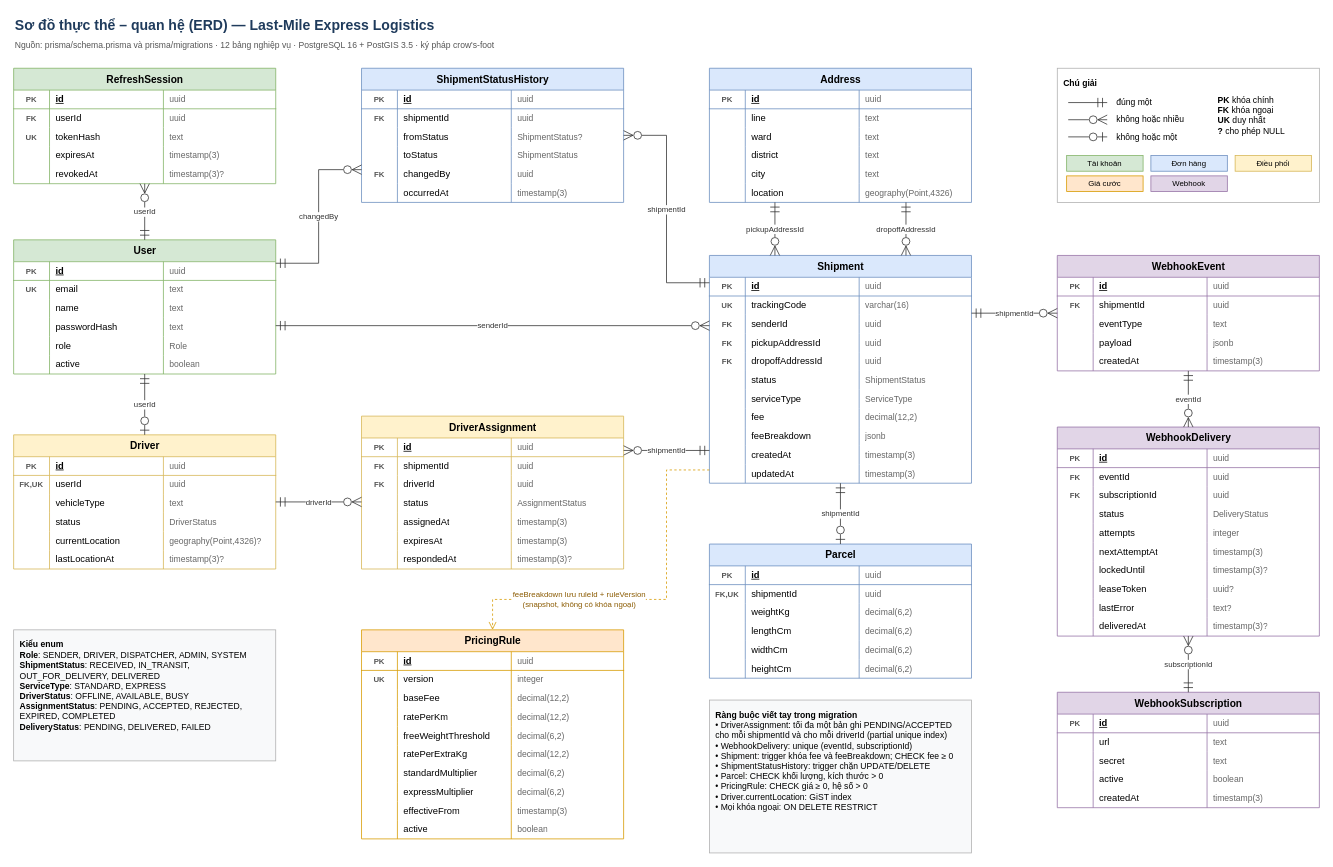
This is docs/architecture/diagrams/erd.drawio from HarryNgoFire/CNPM_Topic4, a draw.io file, before an edit. Source tidied: cells renumbered, new cells numbered last; positions are measured from the earlier drawing's top-left corner, leaving out a move shared by most shapes. Both pictures are drawn from the tidied source at 78%, with x=0, y=0 at pixel (13, 13).
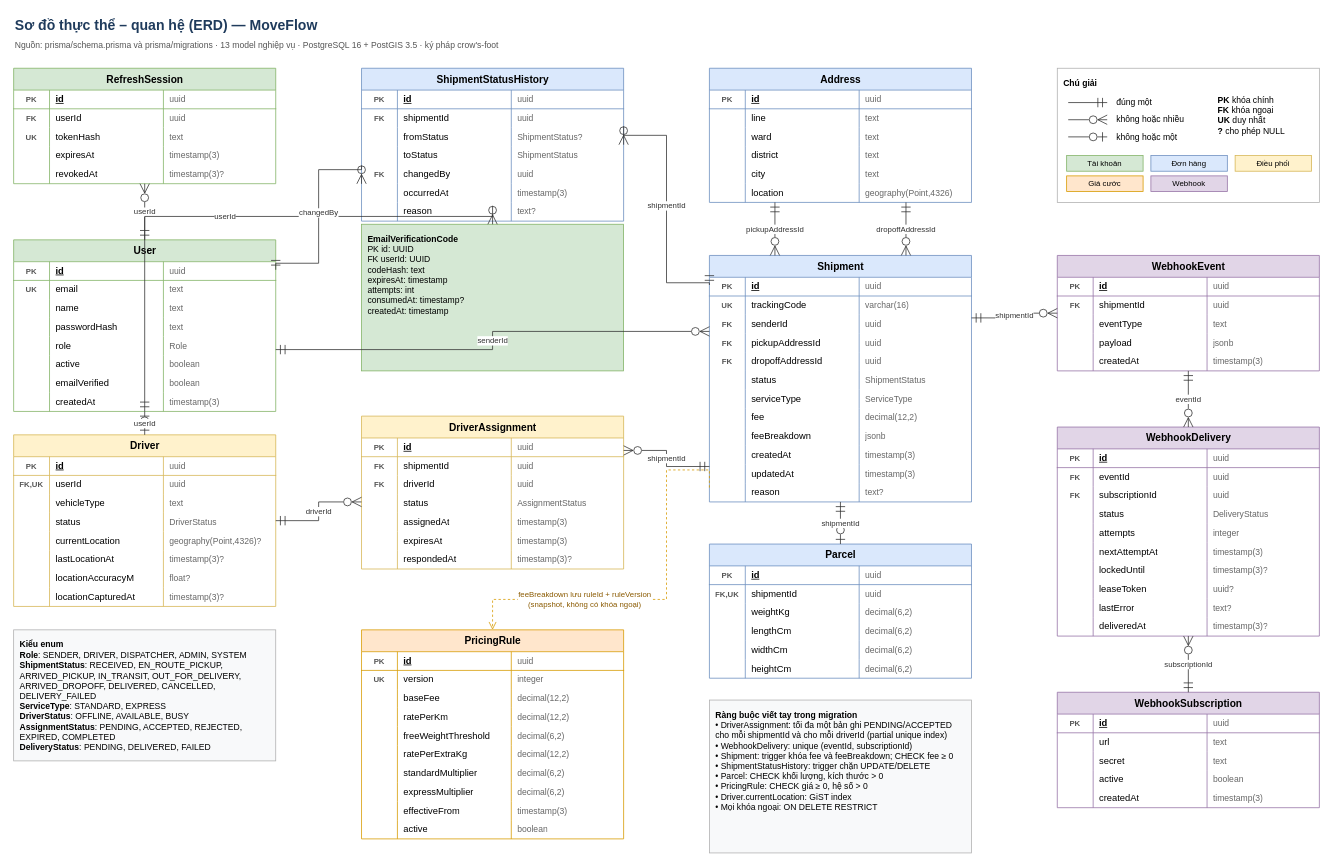
The same diagram, later.

Diff of the diagram source:
```diff
@@
-    <mxCell id="2" value="&lt;b&gt;Sơ đồ thực thể – quan hệ (ERD) — Last-Mile Express Logistics&lt;/b&gt;" style="text;html=1;align=left;verticalAlign=middle;fontSize=18;fontColor=#1f3b5c;" parent="1" vertex="1">
+    <mxCell id="2" value="&lt;b&gt;Sơ đồ thực thể – quan hệ (ERD) — MoveFlow&lt;/b&gt;" style="text;html=1;align=left;verticalAlign=middle;fontSize=18;fontColor=#1f3b5c;" parent="1" vertex="1">
       <mxGeometry width="900" height="30" as="geometry" />
     </mxCell>
-    <mxCell id="3" value="Nguồn: prisma/schema.prisma và prisma/migrations · 12 bảng nghiệp vụ · PostgreSQL 16 + PostGIS 3.5 · ký pháp crow's-foot" style="text;html=1;align=left;verticalAlign=middle;fontSize=11;fontColor=#555555;" parent="1" vertex="1">
+    <mxCell id="3" value="Nguồn: prisma/schema.prisma và prisma/migrations · 13 model nghiệp vụ · PostgreSQL 16 + PostGIS 3.5 · ký pháp crow's-foot" style="text;html=1;align=left;verticalAlign=middle;fontSize=11;fontColor=#555555;" parent="1" vertex="1">
       <mxGeometry y="30" width="1100" height="22" as="geometry" />
     </mxCell>
@@
     <mxCell id="25" value="User" style="shape=table;startSize=28;childLayout=tableLayout;rowLines=0;fontStyle=1;align=center;html=1;fontSize=13;fillColor=#d5e8d4;strokeColor=#82b366;swimlaneFillColor=#ffffff;" parent="1" vertex="1">
-      <mxGeometry y="290" width="336" height="172" as="geometry" />
+      <mxGeometry y="290" width="336" height="220" as="geometry" />
     </mxCell>
@@
+    <mxCell id="377" style="shape=tableRow;horizontal=0;startSize=0;swimlaneHead=0;swimlaneBody=0;fillColor=none;top=0;left=0;right=0;bottom=0;strokeColor=#82b366;" parent="25" vertex="1">
+      <mxGeometry y="172" width="336" height="24" as="geometry" />
+    </mxCell>
+    <mxCell id="378" style="shape=partialRectangle;fillColor=none;top=0;left=0;bottom=0;right=0;overflow=hidden;html=1;fontStyle=1;fontSize=10;fontColor=#555555;" parent="377" vertex="1">
+      <mxGeometry width="46" height="24" as="geometry" />
+    </mxCell>
+    <mxCell id="379" value="emailVerified" style="shape=partialRectangle;fillColor=none;top=0;left=0;bottom=0;right=0;overflow=hidden;html=1;align=left;spacingLeft=6;fontSize=12;fontStyle=0;" parent="377" vertex="1">
+      <mxGeometry x="46" width="146" height="24" as="geometry" />
+    </mxCell>
+    <mxCell id="380" value="boolean" style="shape=partialRectangle;fillColor=none;top=0;left=0;bottom=0;right=0;overflow=hidden;html=1;align=left;spacingLeft=6;fontSize=11;fontColor=#666666;" parent="377" vertex="1">
+      <mxGeometry x="192" width="144" height="24" as="geometry" />
+    </mxCell>
+    <mxCell id="381" style="shape=tableRow;horizontal=0;startSize=0;swimlaneHead=0;swimlaneBody=0;fillColor=none;top=0;left=0;right=0;bottom=0;strokeColor=#82b366;" parent="25" vertex="1">
+      <mxGeometry y="196" width="336" height="24" as="geometry" />
+    </mxCell>
+    <mxCell id="382" style="shape=partialRectangle;fillColor=none;top=0;left=0;bottom=0;right=0;overflow=hidden;html=1;fontStyle=1;fontSize=10;fontColor=#555555;" parent="381" vertex="1">
+      <mxGeometry width="46" height="24" as="geometry" />
+    </mxCell>
+    <mxCell id="383" value="createdAt" style="shape=partialRectangle;fillColor=none;top=0;left=0;right=0;bottom=0;overflow=hidden;html=1;align=left;spacingLeft=6;fontSize=12;fontStyle=0;" parent="381" vertex="1">
+      <mxGeometry x="46" width="146" height="24" as="geometry" />
+    </mxCell>
+    <mxCell id="384" value="timestamp(3)" style="shape=partialRectangle;fillColor=none;top=0;left=0;right=0;bottom=0;overflow=hidden;html=1;align=left;spacingLeft=6;fontSize=11;fontColor=#666666;" parent="381" vertex="1">
+      <mxGeometry x="192" width="144" height="24" as="geometry" />
+    </mxCell>
     <mxCell id="50" value="Driver" style="shape=table;startSize=28;childLayout=tableLayout;rowLines=0;fontStyle=1;align=center;html=1;fontSize=13;fillColor=#fff2cc;strokeColor=#d6b656;swimlaneFillColor=#ffffff;" parent="1" vertex="1">
-      <mxGeometry y="540" width="336" height="172" as="geometry" />
+      <mxGeometry y="540" width="336" height="220" as="geometry" />
     </mxCell>
+    <mxCell id="385" value="&lt;b&gt;EmailVerificationCode&lt;/b&gt;&lt;br&gt;PK id: UUID&lt;br&gt;FK userId: UUID&lt;br&gt;codeHash: text&lt;br&gt;expiresAt: timestamp&lt;br&gt;attempts: int&lt;br&gt;consumedAt: timestamp?&lt;br&gt;createdAt: timestamp" style="rounded=0;whiteSpace=wrap;html=1;align=left;verticalAlign=top;spacing=8;fontSize=11;fillColor=#d5e8d4;strokeColor=#82b366;" parent="1" vertex="1">
+      <mxGeometry x="446" y="270" width="336" height="188" as="geometry" />
+    </mxCell>
@@
+    <mxCell id="386" style="shape=tableRow;horizontal=0;startSize=0;swimlaneHead=0;swimlaneBody=0;fillColor=none;top=0;left=0;right=0;bottom=0;strokeColor=#d6b656;" parent="50" vertex="1">
+      <mxGeometry y="172" width="336" height="24" as="geometry" />
+    </mxCell>
+    <mxCell id="387" style="shape=partialRectangle;fillColor=none;top=0;left=0;bottom=0;right=0;overflow=hidden;html=1;fontStyle=1;fontSize=10;fontColor=#555555;" parent="386" vertex="1">
+      <mxGeometry width="46" height="24" as="geometry" />
+    </mxCell>
+    <mxCell id="388" value="locationAccuracyM" style="shape=partialRectangle;fillColor=none;top=0;left=0;right=0;bottom=0;overflow=hidden;html=1;align=left;spacingLeft=6;fontSize=12;fontStyle=0;" parent="386" vertex="1">
+      <mxGeometry x="46" width="146" height="24" as="geometry" />
+    </mxCell>
+    <mxCell id="389" value="float?" style="shape=partialRectangle;fillColor=none;top=0;left=0;right=0;bottom=0;overflow=hidden;html=1;align=left;spacingLeft=6;fontSize=11;fontColor=#666666;" parent="386" vertex="1">
+      <mxGeometry x="192" width="144" height="24" as="geometry" />
+    </mxCell>
+    <mxCell id="390" style="shape=tableRow;horizontal=0;startSize=0;swimlaneHead=0;swimlaneBody=0;fillColor=none;top=0;left=0;right=0;bottom=0;strokeColor=#d6b656;" parent="50" vertex="1">
+      <mxGeometry y="196" width="336" height="24" as="geometry" />
+    </mxCell>
+    <mxCell id="391" style="shape=partialRectangle;fillColor=none;top=0;left=0;right=0;bottom=0;overflow=hidden;html=1;fontStyle=1;fontSize=10;fontColor=#555555;" parent="390" vertex="1">
+      <mxGeometry width="46" height="24" as="geometry" />
+    </mxCell>
+    <mxCell id="392" value="locationCapturedAt" style="shape=partialRectangle;fillColor=none;top=0;left=0;right=0;bottom=0;overflow=hidden;html=1;align=left;spacingLeft=6;fontSize=12;fontStyle=0;" parent="390" vertex="1">
+      <mxGeometry x="46" width="146" height="24" as="geometry" />
+    </mxCell>
+    <mxCell id="393" value="timestamp(3)?" style="shape=partialRectangle;fillColor=none;top=0;left=0;right=0;bottom=0;overflow=hidden;html=1;align=left;spacingLeft=6;fontSize=11;fontColor=#666666;" parent="390" vertex="1">
+      <mxGeometry x="192" width="144" height="24" as="geometry" />
+    </mxCell>
     <mxCell id="75" value="ShipmentStatusHistory" style="shape=table;startSize=28;childLayout=tableLayout;rowLines=0;fontStyle=1;align=center;html=1;fontSize=13;fillColor=#dae8fc;strokeColor=#6c8ebf;swimlaneFillColor=#ffffff;" parent="1" vertex="1">
-      <mxGeometry x="446" y="70" width="336" height="172" as="geometry" />
+      <mxGeometry x="446" y="70" width="336" height="196" as="geometry" />
     </mxCell>
@@
+    <mxCell id="394" style="shape=tableRow;horizontal=0;startSize=0;swimlaneHead=0;swimlaneBody=0;fillColor=none;top=0;left=0;right=0;bottom=0;strokeColor=#6c8ebf;" parent="75" vertex="1">
+      <mxGeometry y="172" width="336" height="24" as="geometry" />
+    </mxCell>
+    <mxCell id="395" style="shape=partialRectangle;fillColor=none;top=0;left=0;right=0;bottom=0;overflow=hidden;html=1;fontStyle=1;fontSize=10;fontColor=#555555;" parent="394" vertex="1">
+      <mxGeometry width="46" height="24" as="geometry" />
+    </mxCell>
+    <mxCell id="396" value="reason" style="shape=partialRectangle;fillColor=none;top=0;left=0;right=0;bottom=0;overflow=hidden;html=1;align=left;spacingLeft=6;fontSize=12;fontStyle=0;" parent="394" vertex="1">
+      <mxGeometry x="46" width="146" height="24" as="geometry" />
+    </mxCell>
+    <mxCell id="397" value="text?" style="shape=partialRectangle;fillColor=none;top=0;left=0;right=0;bottom=0;overflow=hidden;html=1;align=left;spacingLeft=6;fontSize=11;fontColor=#666666;" parent="394" vertex="1">
+      <mxGeometry x="192" width="144" height="24" as="geometry" />
+    </mxCell>
@@
     <mxCell id="195" value="Shipment" style="shape=table;startSize=28;childLayout=tableLayout;rowLines=0;fontStyle=1;align=center;html=1;fontSize=13;fillColor=#dae8fc;strokeColor=#6c8ebf;swimlaneFillColor=#ffffff;" parent="1" vertex="1">
-      <mxGeometry x="892" y="310" width="336" height="292" as="geometry" />
+      <mxGeometry x="892" y="310" width="336" height="316" as="geometry" />
     </mxCell>
@@
+    <mxCell id="398" style="shape=tableRow;horizontal=0;startSize=0;swimlaneHead=0;swimlaneBody=0;fillColor=none;top=0;left=0;right=0;bottom=0;strokeColor=#6c8ebf;" parent="195" vertex="1">
+      <mxGeometry y="292" width="336" height="24" as="geometry" />
+    </mxCell>
+    <mxCell id="399" style="shape=partialRectangle;fillColor=none;top=0;left=0;right=0;bottom=0;overflow=hidden;html=1;fontStyle=1;fontSize=10;fontColor=#555555;" parent="398" vertex="1">
+      <mxGeometry width="46" height="24" as="geometry" />
+    </mxCell>
+    <mxCell id="400" value="reason" style="shape=partialRectangle;fillColor=none;top=0;left=0;right=0;bottom=0;overflow=hidden;html=1;align=left;spacingLeft=6;fontSize=12;fontStyle=0;" parent="398" vertex="1">
+      <mxGeometry x="46" width="146" height="24" as="geometry" />
+    </mxCell>
+    <mxCell id="401" value="text?" style="shape=partialRectangle;fillColor=none;top=0;left=0;right=0;bottom=0;overflow=hidden;html=1;align=left;spacingLeft=6;fontSize=11;fontColor=#666666;" parent="398" vertex="1">
+      <mxGeometry x="192" width="144" height="24" as="geometry" />
+    </mxCell>
@@
+    <mxCell id="402" value="userId" style="edgeStyle=orthogonalEdgeStyle;rounded=0;html=1;jettySize=auto;strokeColor=#333333;fontSize=10;fontColor=#333333;labelBackgroundColor=#ffffff;startSize=10;endSize=10;startFill=0;endFill=0;startArrow=ERzeroToMany;endArrow=ERmandOne;exitX=0.5;exitY=0;exitDx=0;exitDy=0;entryX=0.5;entryY=1;entryDx=0;entryDy=0;" parent="1" edge="1" source="385" target="25">
+      <mxGeometry relative="1" as="geometry">
+        <Array as="points">
+          <mxPoint x="614" y="260" />
+          <mxPoint x="168" y="260" />
+        </Array>
+      </mxGeometry>
+    </mxCell>
@@
-    <mxCell id="362" value="&lt;b&gt;Kiểu enum&lt;/b&gt;&lt;br&gt;&lt;b&gt;Role&lt;/b&gt;: SENDER, DRIVER, DISPATCHER, ADMIN, SYSTEM&lt;br&gt;&lt;b&gt;ShipmentStatus&lt;/b&gt;: RECEIVED, IN_TRANSIT, OUT_FOR_DELIVERY, DELIVERED&lt;br&gt;&lt;b&gt;ServiceType&lt;/b&gt;: STANDARD, EXPRESS&lt;br&gt;&lt;b&gt;DriverStatus&lt;/b&gt;: OFFLINE, AVAILABLE, BUSY&lt;br&gt;&lt;b&gt;AssignmentStatus&lt;/b&gt;: PENDING, ACCEPTED, REJECTED, EXPIRED, COMPLETED&lt;br&gt;&lt;b&gt;DeliveryStatus&lt;/b&gt;: PENDING, DELIVERED, FAILED" style="rounded=0;whiteSpace=wrap;html=1;align=left;verticalAlign=top;spacing=8;fontSize=11;fillColor=#f8f9fa;strokeColor=#b0b0b0;" parent="1" vertex="1">
+    <mxCell id="362" value="&lt;b&gt;Kiểu enum&lt;/b&gt;&lt;br&gt;&lt;b&gt;Role&lt;/b&gt;: SENDER, DRIVER, DISPATCHER, ADMIN, SYSTEM&lt;br&gt;&lt;b&gt;ShipmentStatus&lt;/b&gt;: RECEIVED, EN_ROUTE_PICKUP, ARRIVED_PICKUP, IN_TRANSIT, OUT_FOR_DELIVERY, ARRIVED_DROPOFF, DELIVERED, CANCELLED, DELIVERY_FAILED&lt;br&gt;&lt;b&gt;ServiceType&lt;/b&gt;: STANDARD, EXPRESS&lt;br&gt;&lt;b&gt;DriverStatus&lt;/b&gt;: OFFLINE, AVAILABLE, BUSY&lt;br&gt;&lt;b&gt;AssignmentStatus&lt;/b&gt;: PENDING, ACCEPTED, REJECTED, EXPIRED, COMPLETED&lt;br&gt;&lt;b&gt;DeliveryStatus&lt;/b&gt;: PENDING, DELIVERED, FAILED" style="rounded=0;whiteSpace=wrap;html=1;align=left;verticalAlign=top;spacing=8;fontSize=11;fillColor=#f8f9fa;strokeColor=#b0b0b0;" parent="1" vertex="1">
       <mxGeometry y="790" width="336" height="168" as="geometry" />
     </mxCell>
```
